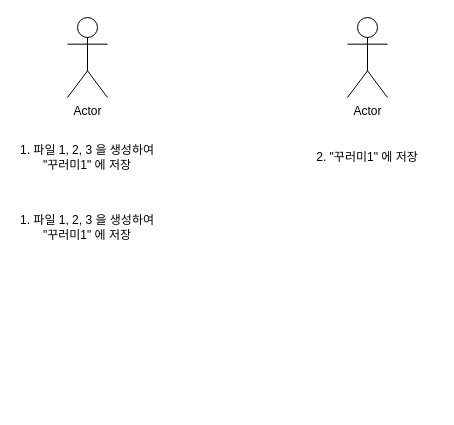
The draw.io diagram git-101.drawio in mingii/hellogit, before the edit. Source tidied: cells renumbered, new cells numbered last; positions are measured from the earlier drawing's top-left corner, leaving out a move shared by most shapes. Both pictures are drawn from the tidied source at 100%, with x=0, y=0 at pixel (17, 17).
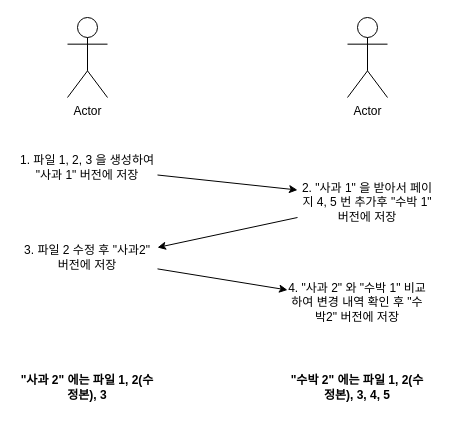
The same page after the edit.

Diff of the diagram source:
```diff
@@
 <mxGraphModel>
   <root>
     <mxCell id="0" />
     <mxCell id="1" parent="0" />
     <mxCell id="2" value="Actor" style="shape=umlActor;verticalLabelPosition=bottom;verticalAlign=top;html=1;" parent="1" vertex="1">
       <mxGeometry x="50" width="40" height="80" as="geometry" />
     </mxCell>
     <mxCell id="3" value="Actor" style="shape=umlActor;verticalLabelPosition=bottom;verticalAlign=top;html=1;" parent="1" vertex="1">
       <mxGeometry x="330" width="40" height="80" as="geometry" />
     </mxCell>
+    <mxCell id="7" style="rounded=0;jettySize=auto;html=1;entryX=0;entryY=0.25;entryDx=0;entryDy=0;" parent="1" edge="1" source="4" target="6">
+      <mxGeometry relative="1" as="geometry" />
+    </mxCell>
-    <mxCell id="4" value="1. 파일 1, 2, 3 을 생성하여 &quot;꾸러미1&quot; 에 저장" style="text;html=1;strokeColor=none;fillColor=none;align=center;verticalAlign=middle;whiteSpace=wrap;rounded=0;" parent="1" vertex="1">
-      <mxGeometry y="120" width="140" height="40" as="geometry" />
+    <mxCell id="4" value="1. 파일 1, 2, 3 을 생성하여 &quot;사과 1&quot; 버전에 저장" style="text;html=1;strokeColor=none;fillColor=none;align=center;verticalAlign=middle;whiteSpace=wrap;rounded=0;" parent="1" vertex="1">
+      <mxGeometry y="130" width="140" height="40" as="geometry" />
     </mxCell>
+    <mxCell id="8" style="rounded=0;jettySize=auto;html=1;entryX=0;entryY=0.25;entryDx=0;entryDy=0;" parent="1" edge="1" source="5" target="10">
+      <mxGeometry relative="1" as="geometry" />
+    </mxCell>
-    <mxCell id="5" value="1. 파일 1, 2, 3 을 생성하여 &quot;꾸러미1&quot; 에 저장" style="text;html=1;strokeColor=none;fillColor=none;align=center;verticalAlign=middle;whiteSpace=wrap;rounded=0;" parent="1" vertex="1">
-      <mxGeometry y="190" width="140" height="40" as="geometry" />
+    <mxCell id="5" value="3. 파일 2 수정 후 &quot;사과2&quot; 버전에 저장" style="text;html=1;strokeColor=none;fillColor=none;align=center;verticalAlign=middle;whiteSpace=wrap;rounded=0;" parent="1" vertex="1">
+      <mxGeometry y="220" width="140" height="40" as="geometry" />
     </mxCell>
+    <mxCell id="9" style="rounded=0;jettySize=auto;html=1;entryX=1;entryY=0.25;entryDx=0;entryDy=0;" parent="1" edge="1" source="6" target="5">
+      <mxGeometry relative="1" as="geometry" />
+    </mxCell>
-    <mxCell id="6" value="2. &quot;꾸러미1&quot; 에 저장" style="text;html=1;strokeColor=none;fillColor=none;align=center;verticalAlign=middle;whiteSpace=wrap;rounded=0;" parent="1" vertex="1">
-      <mxGeometry x="280" y="120" width="140" height="40" as="geometry" />
+    <mxCell id="6" value="2. &quot;사과 1&quot; 을 받아서 페이지 4, 5 번 추가후 &quot;수박 1&quot; 버전에 저장" style="text;html=1;strokeColor=none;fillColor=none;align=center;verticalAlign=middle;whiteSpace=wrap;rounded=0;" parent="1" vertex="1">
+      <mxGeometry x="280" y="160" width="140" height="50" as="geometry" />
     </mxCell>
+    <mxCell id="10" value="4. &quot;사과 2&quot; 와 &quot;수박 1&quot; 비교하여 변경 내역 확인 후 &quot;수박2&quot; 버전에 저장" style="text;html=1;strokeColor=none;fillColor=none;align=center;verticalAlign=middle;whiteSpace=wrap;rounded=0;" parent="1" vertex="1">
+      <mxGeometry x="270" y="260" width="140" height="50" as="geometry" />
+    </mxCell>
+    <mxCell id="11" value="&quot;사과 2&quot; 에는 파일 1, 2(수정본), 3" style="text;html=1;strokeColor=none;fillColor=none;align=center;verticalAlign=middle;whiteSpace=wrap;rounded=0;fontStyle=1;" parent="1" vertex="1">
+      <mxGeometry y="350" width="140" height="40" as="geometry" />
+    </mxCell>
+    <mxCell id="12" value="&quot;수박 2&quot; 에는 파일 1, 2(수정본), 3, 4, 5" style="text;html=1;strokeColor=none;fillColor=none;align=center;verticalAlign=middle;whiteSpace=wrap;rounded=0;fontStyle=1;" parent="1" vertex="1">
+      <mxGeometry x="270" y="350" width="140" height="40" as="geometry" />
+    </mxCell>
   </root>
 </mxGraphModel>
```
